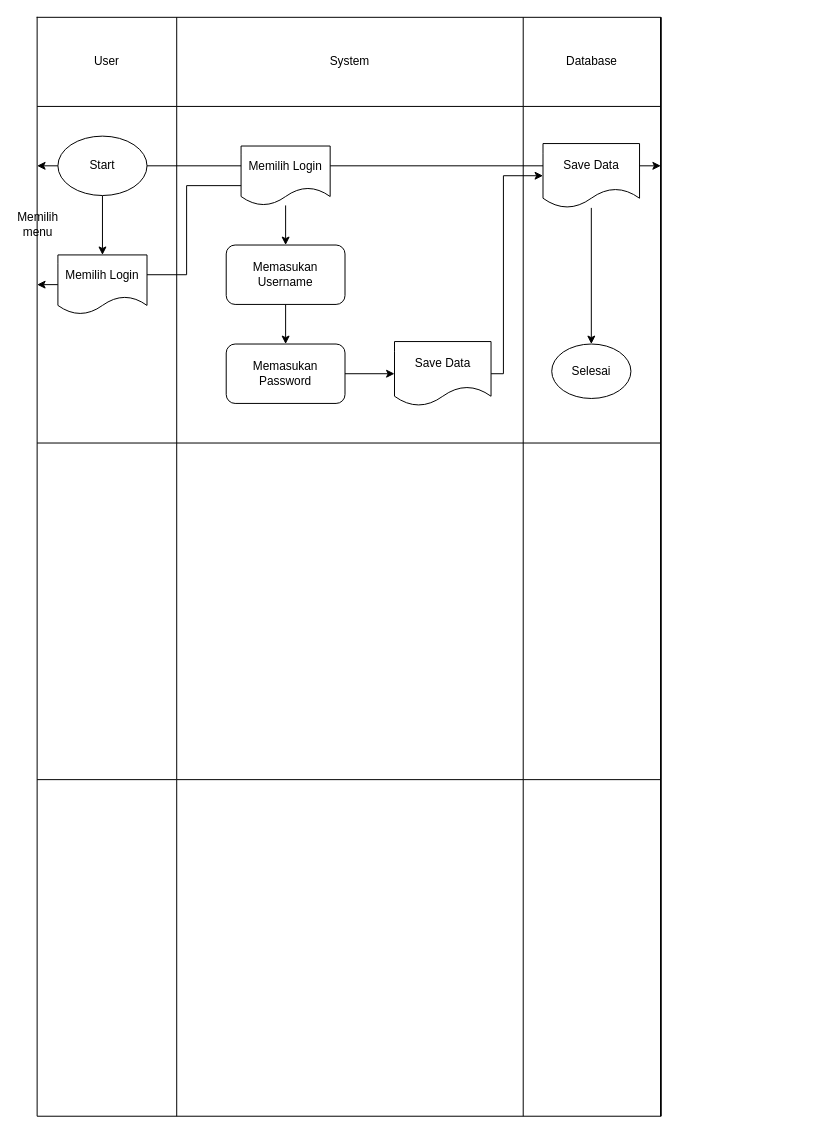
Before: tugas bu har.drawio in Dekte/storage, a draw.io diagram. Source tidied: cells renumbered, new cells numbered last; positions are measured from the earlier drawing's top-left corner, leaving out a move shared by most shapes. Both pictures are drawn from the tidied source at 99%, with x=0, y=0 at pixel (37, 17).
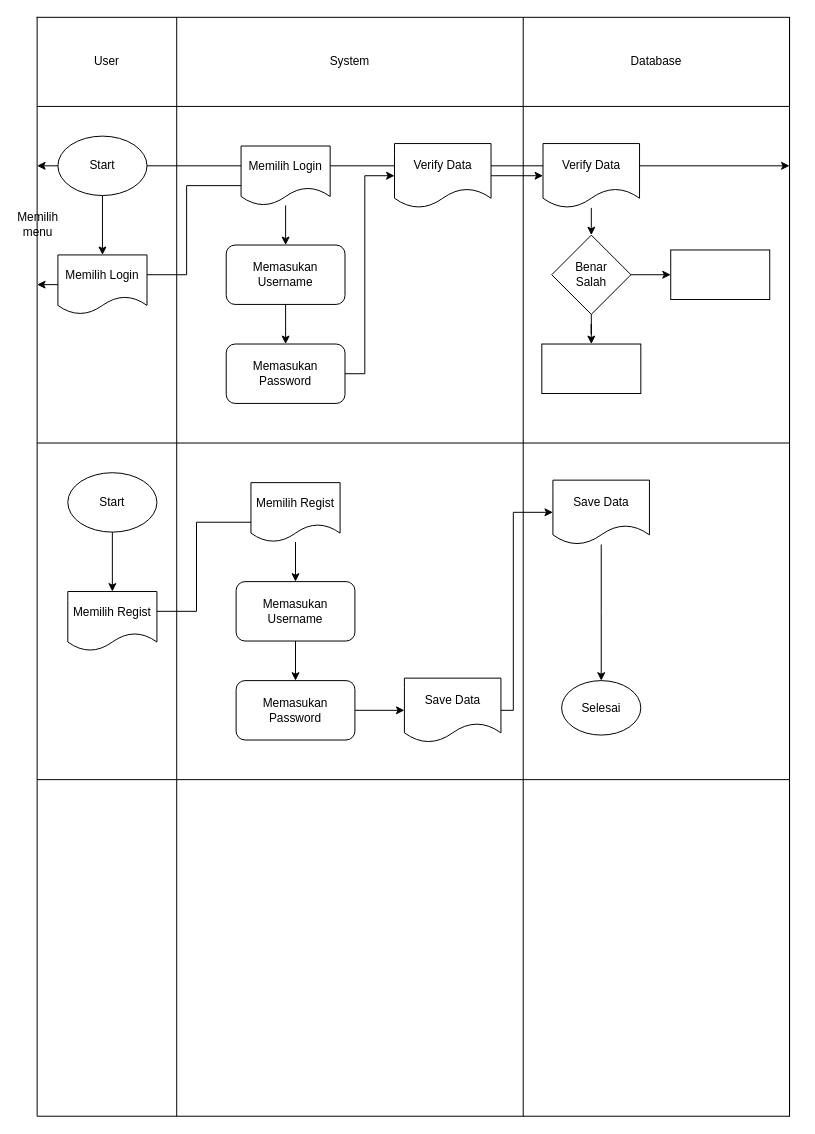
Above is the later version.

Unchanged cells that the change refers to:
```xml
<mxCell id="40" value="Memasukan Password" style="whiteSpace=wrap;html=1;rounded=1;" parent="1" vertex="1">
  <mxGeometry x="191" y="330" width="120" height="60" as="geometry" />
</mxCell>
```

Change to the diagram source:
```diff
@@
     <mxCell id="2" style="shape=table;startSize=0;childLayout=tableLayout;" parent="1" vertex="1">
-      <mxGeometry width="630" height="1110" as="geometry" />
+      <mxGeometry width="760" height="1110" as="geometry" />
     </mxCell>
     <mxCell id="3" style="shape=tableRow;horizontal=0;startSize=0;swimlaneHead=0;swimlaneBody=0;strokeColor=inherit;top=0;left=0;bottom=0;right=0;fillColor=none;" parent="2" vertex="1">
-      <mxGeometry width="630" height="90" as="geometry" />
+      <mxGeometry width="760" height="90" as="geometry" />
     </mxCell>
@@
     <mxCell id="6" value="Database" style="shape=partialRectangle;html=1;whiteSpace=wrap;strokeColor=inherit;overflow=hidden;fillColor=none;top=0;left=0;bottom=0;right=0;" parent="3" vertex="1">
-      <mxGeometry x="491" width="139" height="90" as="geometry" />
+      <mxGeometry x="491" width="269" height="90" as="geometry" />
     </mxCell>
     <mxCell id="7" style="shape=tableRow;horizontal=0;startSize=0;swimlaneHead=0;swimlaneBody=0;strokeColor=inherit;top=0;left=0;bottom=0;right=0;fillColor=none;" parent="2" vertex="1">
-      <mxGeometry y="90" width="630" height="340" as="geometry" />
+      <mxGeometry y="90" width="760" height="340" as="geometry" />
     </mxCell>
@@
     <mxCell id="10" style="shape=partialRectangle;html=1;whiteSpace=wrap;strokeColor=inherit;overflow=hidden;fillColor=none;top=0;left=0;bottom=0;right=0;" parent="7" vertex="1">
-      <mxGeometry x="491" width="139" height="340" as="geometry" />
+      <mxGeometry x="491" width="269" height="340" as="geometry" />
     </mxCell>
     <mxCell id="11" style="shape=document;whiteSpace=wrap;html=1;boundedLbl=1;" parent="7" vertex="1">
-      <mxGeometry x="630" height="340" as="geometry" />
+      <mxGeometry x="760" height="340" as="geometry" />
     </mxCell>
@@
     <mxCell id="14" style="shape=tableRow;horizontal=0;startSize=0;swimlaneHead=0;swimlaneBody=0;strokeColor=inherit;top=0;left=0;bottom=0;right=0;fillColor=none;" parent="2" vertex="1">
-      <mxGeometry y="430" width="630" height="340" as="geometry" />
+      <mxGeometry y="430" width="760" height="340" as="geometry" />
     </mxCell>
@@
     <mxCell id="17" style="shape=partialRectangle;html=1;whiteSpace=wrap;strokeColor=inherit;overflow=hidden;fillColor=none;top=0;left=0;bottom=0;right=0;" parent="14" vertex="1">
-      <mxGeometry x="491" width="139" height="340" as="geometry" />
+      <mxGeometry x="491" width="269" height="340" as="geometry" />
     </mxCell>
     <mxCell id="18" style="shape=document;whiteSpace=wrap;html=1;boundedLbl=1;" parent="14" vertex="1">
-      <mxGeometry x="630" height="340" as="geometry" />
+      <mxGeometry x="760" height="340" as="geometry" />
     </mxCell>
@@
     <mxCell id="21" style="shape=tableRow;horizontal=0;startSize=0;swimlaneHead=0;swimlaneBody=0;strokeColor=inherit;top=0;left=0;bottom=0;right=0;fillColor=none;" parent="2" vertex="1">
-      <mxGeometry y="770" width="630" height="340" as="geometry" />
+      <mxGeometry y="770" width="760" height="340" as="geometry" />
     </mxCell>
@@
     <mxCell id="24" style="shape=partialRectangle;html=1;whiteSpace=wrap;strokeColor=inherit;overflow=hidden;fillColor=none;top=0;left=0;bottom=0;right=0;" parent="21" vertex="1">
-      <mxGeometry x="491" width="139" height="340" as="geometry" />
+      <mxGeometry x="491" width="269" height="340" as="geometry" />
     </mxCell>
     <mxCell id="25" style="shape=document;whiteSpace=wrap;html=1;boundedLbl=1;" parent="21" vertex="1">
-      <mxGeometry x="630" height="340" as="geometry" />
+      <mxGeometry x="760" height="340" as="geometry" />
     </mxCell>
@@
     <mxCell id="39" style="edgeStyle=orthogonalEdgeStyle;rounded=0;jettySize=auto;html=1;" parent="1" edge="1" source="40" target="42">
-      <mxGeometry relative="1" as="geometry" />
+      <mxGeometry relative="1" as="geometry">
+        <Array as="points">
+          <mxPoint x="331" y="360" />
+          <mxPoint x="331" y="160" />
+        </Array>
+      </mxGeometry>
     </mxCell>
@@
     <mxCell id="41" style="edgeStyle=orthogonalEdgeStyle;rounded=0;jettySize=auto;html=1;" parent="1" edge="1" source="42" target="44">
       <mxGeometry relative="1" as="geometry">
         <Array as="points">
-          <mxPoint x="471" y="360" />
-          <mxPoint x="471" y="160" />
+          <mxPoint x="461" y="160" />
+          <mxPoint x="461" y="160" />
         </Array>
       </mxGeometry>
     </mxCell>
-    <mxCell id="42" value="Save Data" style="shape=document;whiteSpace=wrap;html=1;boundedLbl=1;rounded=1;" parent="1" vertex="1">
-      <mxGeometry x="361" y="327.5" width="97.5" height="65" as="geometry" />
+    <mxCell id="42" value="Verify Data" style="shape=document;whiteSpace=wrap;html=1;boundedLbl=1;rounded=1;" parent="1" vertex="1">
+      <mxGeometry x="361" y="127.5" width="97.5" height="65" as="geometry" />
     </mxCell>
-    <mxCell id="43" style="edgeStyle=orthogonalEdgeStyle;rounded=0;jettySize=auto;html=1;" parent="1" edge="1" source="44" target="45">
-      <mxGeometry relative="1" as="geometry" />
-    </mxCell>
+    <mxCell id="46" style="edgeStyle=orthogonalEdgeStyle;rounded=0;jettySize=auto;html=1;" parent="1" edge="1" source="44" target="69">
+      <mxGeometry relative="1" as="geometry" />
+    </mxCell>
-    <mxCell id="44" value="Save Data" style="shape=document;whiteSpace=wrap;html=1;boundedLbl=1;rounded=1;" parent="1" vertex="1">
+    <mxCell id="44" value="Verify Data" style="shape=document;whiteSpace=wrap;html=1;boundedLbl=1;rounded=1;" parent="1" vertex="1">
       <mxGeometry x="511" y="127.5" width="97.5" height="65" as="geometry" />
     </mxCell>
+    <mxCell id="47" style="shape=tableRow;horizontal=0;startSize=0;swimlaneHead=0;swimlaneBody=0;strokeColor=inherit;top=0;left=0;bottom=0;right=0;fillColor=none;" parent="1" vertex="1">
+      <mxGeometry x="10" y="430" width="630" height="340" as="geometry" />
+    </mxCell>
+    <mxCell id="48" style="shape=partialRectangle;html=1;whiteSpace=wrap;strokeColor=inherit;overflow=hidden;fillColor=none;top=0;left=0;bottom=0;right=0;" parent="47" vertex="1">
+      <mxGeometry width="141" height="340" as="geometry" />
+    </mxCell>
+    <mxCell id="49" style="shape=partialRectangle;html=1;whiteSpace=wrap;strokeColor=inherit;overflow=hidden;fillColor=none;top=0;left=0;bottom=0;right=0;" parent="47" vertex="1">
+      <mxGeometry x="141" width="350" height="340" as="geometry" />
+    </mxCell>
+    <mxCell id="50" style="shape=partialRectangle;html=1;whiteSpace=wrap;strokeColor=inherit;overflow=hidden;fillColor=none;top=0;left=0;bottom=0;right=0;" parent="47" vertex="1">
+      <mxGeometry x="491" width="139" height="340" as="geometry" />
+    </mxCell>
+    <mxCell id="51" style="shape=document;whiteSpace=wrap;html=1;boundedLbl=1;" parent="47" vertex="1">
+      <mxGeometry x="630" height="340" as="geometry" />
+    </mxCell>
+    <mxCell id="52" style="shape=document;whiteSpace=wrap;html=1;boundedLbl=1;" parent="47" vertex="1">
+      <mxGeometry height="340" as="geometry" />
+    </mxCell>
+    <mxCell id="53" style="edgeStyle=orthogonalEdgeStyle;rounded=0;jettySize=auto;html=1;" parent="1" edge="1" source="54" target="56">
+      <mxGeometry relative="1" as="geometry" />
+    </mxCell>
+    <mxCell id="54" value="Start" style="ellipse;whiteSpace=wrap;html=1;" parent="1" vertex="1">
+      <mxGeometry x="31" y="460" width="90" height="60" as="geometry" />
+    </mxCell>
+    <mxCell id="55" style="edgeStyle=orthogonalEdgeStyle;rounded=0;jettySize=auto;html=1;entryX=0;entryY=0.5;entryDx=0;entryDy=0;" parent="1" edge="1" source="56" target="58">
+      <mxGeometry relative="1" as="geometry">
+        <Array as="points">
+          <mxPoint x="161" y="600" />
+          <mxPoint x="161" y="510" />
+          <mxPoint x="221" y="510" />
+        </Array>
+      </mxGeometry>
+    </mxCell>
+    <mxCell id="56" value="Memilih Regist" style="shape=document;whiteSpace=wrap;html=1;boundedLbl=1;" parent="1" vertex="1">
+      <mxGeometry x="31" y="580" width="90" height="60" as="geometry" />
+    </mxCell>
+    <mxCell id="57" style="edgeStyle=orthogonalEdgeStyle;rounded=0;jettySize=auto;html=1;" parent="1" edge="1" source="58" target="60">
+      <mxGeometry relative="1" as="geometry" />
+    </mxCell>
+    <mxCell id="58" value="Memilih Regist" style="shape=document;whiteSpace=wrap;html=1;boundedLbl=1;" parent="1" vertex="1">
+      <mxGeometry x="216" y="470" width="90" height="60" as="geometry" />
+    </mxCell>
+    <mxCell id="59" style="edgeStyle=orthogonalEdgeStyle;rounded=0;jettySize=auto;html=1;" parent="1" edge="1" source="60" target="62">
+      <mxGeometry relative="1" as="geometry" />
+    </mxCell>
+    <mxCell id="60" value="Memasukan Username" style="rounded=1;whiteSpace=wrap;html=1;" parent="1" vertex="1">
+      <mxGeometry x="201" y="570" width="120" height="60" as="geometry" />
+    </mxCell>
+    <mxCell id="61" style="edgeStyle=orthogonalEdgeStyle;rounded=0;jettySize=auto;html=1;" parent="1" edge="1" source="62" target="64">
+      <mxGeometry relative="1" as="geometry" />
+    </mxCell>
+    <mxCell id="62" value="Memasukan Password" style="whiteSpace=wrap;html=1;rounded=1;" parent="1" vertex="1">
+      <mxGeometry x="201" y="670" width="120" height="60" as="geometry" />
+    </mxCell>
+    <mxCell id="63" style="edgeStyle=orthogonalEdgeStyle;rounded=0;jettySize=auto;html=1;" parent="1" edge="1" source="64" target="66">
+      <mxGeometry relative="1" as="geometry">
+        <Array as="points">
+          <mxPoint x="481" y="700" />
+          <mxPoint x="481" y="500" />
+        </Array>
+      </mxGeometry>
+    </mxCell>
+    <mxCell id="64" value="Save Data" style="shape=document;whiteSpace=wrap;html=1;boundedLbl=1;rounded=1;" parent="1" vertex="1">
+      <mxGeometry x="371" y="667.5" width="97.5" height="65" as="geometry" />
+    </mxCell>
+    <mxCell id="65" style="edgeStyle=orthogonalEdgeStyle;rounded=0;jettySize=auto;html=1;" parent="1" edge="1" source="66" target="45">
+      <mxGeometry relative="1" as="geometry" />
+    </mxCell>
+    <mxCell id="66" value="Save Data" style="shape=document;whiteSpace=wrap;html=1;boundedLbl=1;rounded=1;" parent="1" vertex="1">
+      <mxGeometry x="521" y="467.5" width="97.5" height="65" as="geometry" />
+    </mxCell>
     <mxCell id="45" value="Selesai" style="ellipse;whiteSpace=wrap;html=1;rounded=1;" parent="1" vertex="1">
-      <mxGeometry x="519.8" y="330" width="80" height="55" as="geometry" />
+      <mxGeometry x="529.8" y="670" width="80" height="55" as="geometry" />
     </mxCell>
+    <mxCell id="67" style="edgeStyle=orthogonalEdgeStyle;rounded=0;jettySize=auto;html=1;" parent="1" edge="1" source="69" target="70">
+      <mxGeometry relative="1" as="geometry" />
+    </mxCell>
+    <mxCell id="68" style="edgeStyle=orthogonalEdgeStyle;rounded=0;jettySize=auto;html=1;" parent="1" edge="1" source="69" target="71">
+      <mxGeometry relative="1" as="geometry" />
+    </mxCell>
+    <mxCell id="69" value="&lt;div&gt;Benar&lt;/div&gt;&lt;div&gt;Salah&lt;/div&gt;" style="rhombus;whiteSpace=wrap;html=1;rounded=1;arcSize=0;" parent="1" vertex="1">
+      <mxGeometry x="519.8" y="220" width="80" height="80" as="geometry" />
+    </mxCell>
+    <mxCell id="70" style="whiteSpace=wrap;html=1;rounded=1;arcSize=0;" parent="1" vertex="1">
+      <mxGeometry x="509.8" y="330" width="100" height="50" as="geometry" />
+    </mxCell>
+    <mxCell id="71" style="whiteSpace=wrap;html=1;rounded=1;arcSize=0;" parent="1" vertex="1">
+      <mxGeometry x="640" y="235" width="100" height="50" as="geometry" />
+    </mxCell>
```
